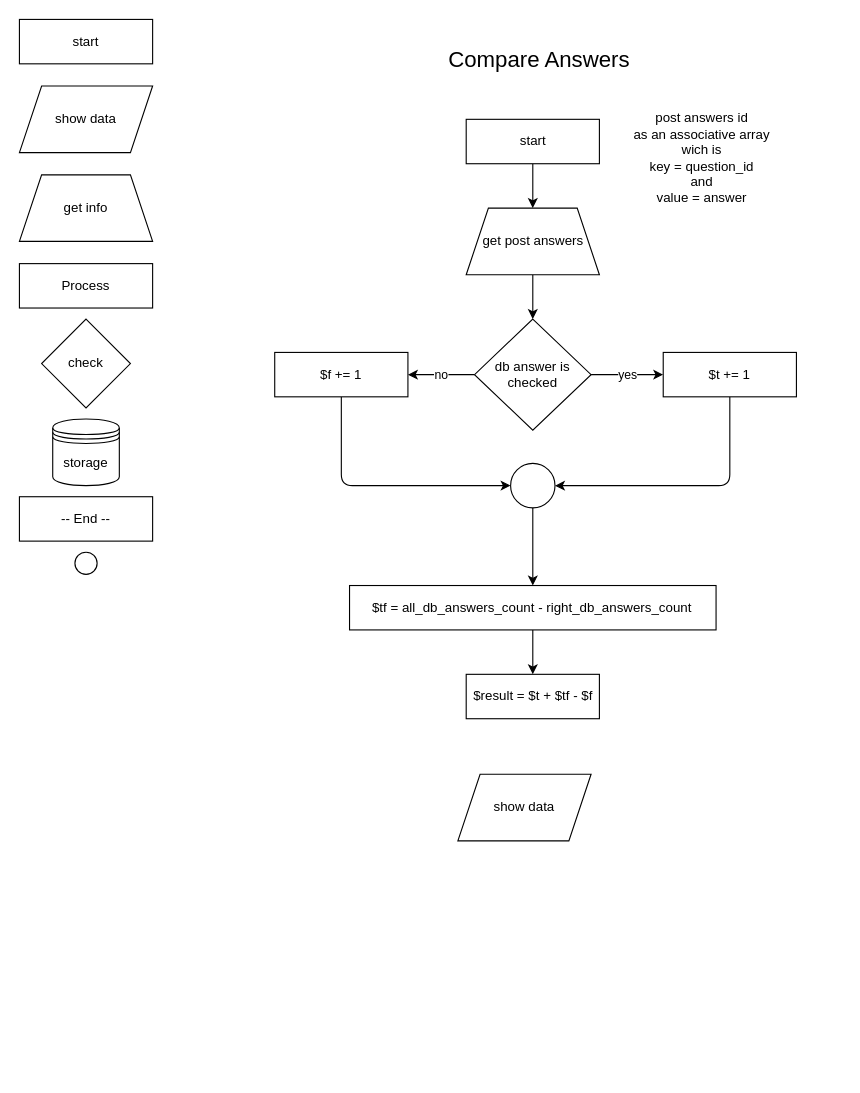
The draw.io diagram page "finish_lecture" (1 of 2) of DXN-Learning/diagrams/flowchart-2.drawio in salahWD/DXN-learning-management-system, before the edit. Source tidied: cells renumbered, new cells numbered last; positions are measured from the earlier drawing's top-left corner, leaving out a move shared by most shapes. Both pictures are drawn from the tidied source at 111%, with x=0, y=0 at pixel (19, 19).
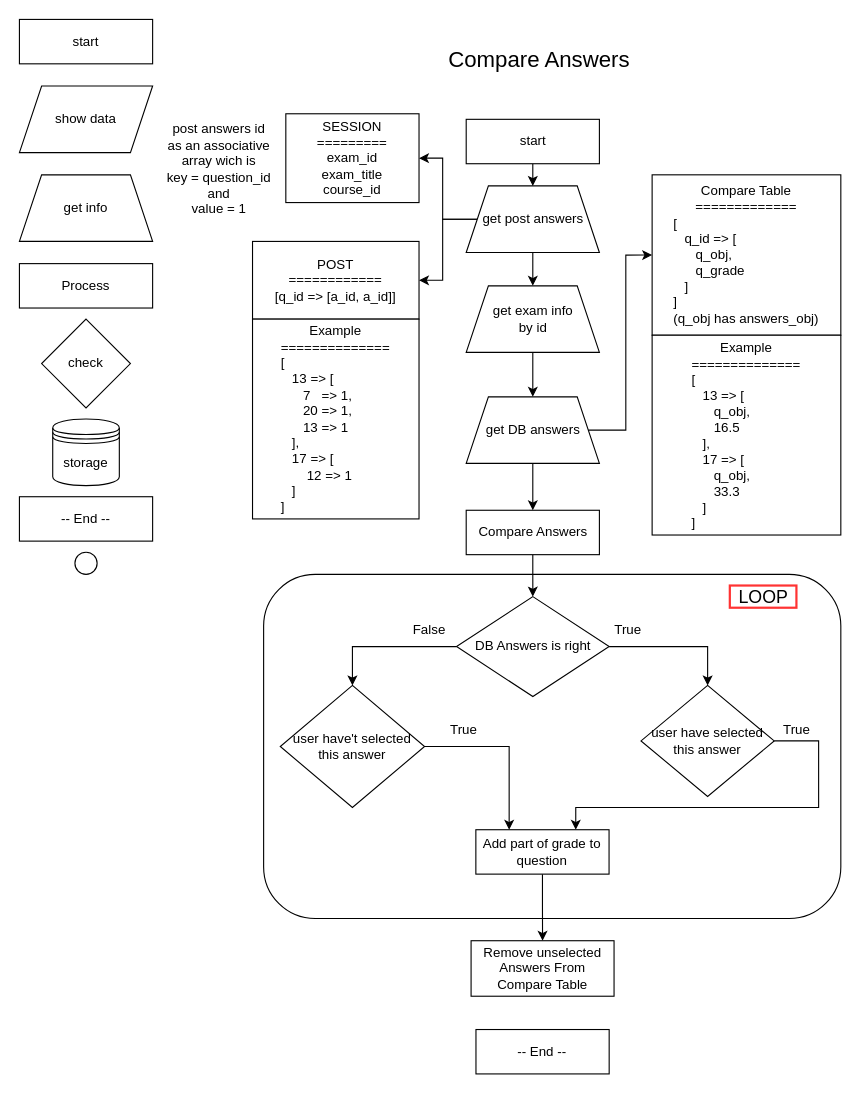
The same page after the edit.

Commit message (it also covers changes not shown here):
finish taking exam proces

Diff of the diagram source:
```diff
@@
+    <mxCell id="29" style="rounded=1;whiteSpace=wrap;html=1;sketch=0;" parent="1" vertex="1">
+      <mxGeometry x="220" y="500" width="520" height="310" as="geometry" />
+    </mxCell>
@@
-    <mxCell id="13" style="edgeStyle=orthogonalEdgeStyle;jettySize=auto;html=1;entryX=0.5;entryY=0;entryDx=0;entryDy=0;" parent="1" edge="1" source="14" target="18">
-      <mxGeometry relative="1" as="geometry" />
-    </mxCell>
+    <mxCell id="30" style="edgeStyle=orthogonalEdgeStyle;rounded=0;jettySize=auto;html=1;entryX=1;entryY=0.5;entryDx=0;entryDy=0;" parent="1" edge="1" source="14" target="33">
+      <mxGeometry relative="1" as="geometry" />
+    </mxCell>
+    <mxCell id="31" style="edgeStyle=orthogonalEdgeStyle;rounded=0;jettySize=auto;html=1;entryX=1;entryY=0.5;entryDx=0;entryDy=0;" parent="1" edge="1" source="14" target="35">
+      <mxGeometry relative="1" as="geometry" />
+    </mxCell>
+    <mxCell id="32" style="edgeStyle=orthogonalEdgeStyle;rounded=0;jettySize=auto;html=1;entryX=0.5;entryY=0;entryDx=0;entryDy=0;" parent="1" edge="1" source="14" target="46">
+      <mxGeometry relative="1" as="geometry" />
+    </mxCell>
     <mxCell id="14" value="get post answers" style="shape=trapezoid;perimeter=trapezoidPerimeter;whiteSpace=wrap;html=1;fixedSize=1;" parent="1" vertex="1">
-      <mxGeometry x="402.5" y="170" width="120" height="60" as="geometry" />
+      <mxGeometry x="402.5" y="150" width="120" height="60" as="geometry" />
     </mxCell>
-    <mxCell id="15" value="post answers id&lt;br&gt;as an associative array wich is&lt;br&gt;key = question_id&lt;br&gt;and&lt;br&gt;value = answer" style="text;html=1;strokeColor=none;fillColor=none;align=center;verticalAlign=middle;whiteSpace=wrap;" parent="1" vertex="1">
-      <mxGeometry x="550" y="80" width="130" height="90" as="geometry" />
+    <mxCell id="15" value="post answers id&lt;br&gt;as an associative array wich is&lt;br&gt;key = question_id&lt;br&gt;and&lt;br&gt;value = 1" style="text;html=1;strokeColor=none;fillColor=none;align=center;verticalAlign=middle;whiteSpace=wrap;" parent="1" vertex="1">
+      <mxGeometry x="120" y="90" width="120" height="90" as="geometry" />
     </mxCell>
-    <mxCell id="16" value="yes" style="edgeStyle=orthogonalEdgeStyle;jettySize=auto;html=1;entryX=0;entryY=0.5;entryDx=0;entryDy=0;" parent="1" edge="1" source="18" target="22">
-      <mxGeometry relative="1" as="geometry" />
-    </mxCell>
-    <mxCell id="17" value="no" style="edgeStyle=orthogonalEdgeStyle;jettySize=auto;html=1;entryX=1;entryY=0.5;entryDx=0;entryDy=0;" parent="1" edge="1" source="18" target="20">
-      <mxGeometry relative="1" as="geometry" />
-    </mxCell>
-    <mxCell id="18" value="db answer is&lt;br&gt;checked" style="rhombus;whiteSpace=wrap;html=1;" parent="1" vertex="1">
-      <mxGeometry x="410" y="270" width="105" height="100" as="geometry" />
-    </mxCell>
-    <mxCell id="19" style="edgeStyle=orthogonalEdgeStyle;jettySize=auto;html=1;exitX=0.5;exitY=1;exitDx=0;exitDy=0;entryX=0;entryY=0.5;entryDx=0;entryDy=0;" parent="1" edge="1" source="20" target="24">
-      <mxGeometry relative="1" as="geometry" />
-    </mxCell>
-    <mxCell id="20" value="$f += 1" style="whiteSpace=wrap;html=1;fontSize=12;glass=0;strokeWidth=1;shadow=0;arcSize=0;" parent="1" vertex="1">
-      <mxGeometry x="230" y="300" width="120" height="40" as="geometry" />
-    </mxCell>
-    <mxCell id="21" style="edgeStyle=orthogonalEdgeStyle;jettySize=auto;html=1;entryX=1;entryY=0.5;entryDx=0;entryDy=0;" parent="1" edge="1" source="22" target="24">
-      <mxGeometry relative="1" as="geometry">
-        <Array as="points">
-          <mxPoint x="640" y="420" />
-        </Array>
-      </mxGeometry>
-    </mxCell>
-    <mxCell id="22" value="$t += 1" style="whiteSpace=wrap;html=1;fontSize=12;glass=0;strokeWidth=1;shadow=0;arcSize=0;" parent="1" vertex="1">
-      <mxGeometry x="580" y="300" width="120" height="40" as="geometry" />
-    </mxCell>
-    <mxCell id="23" style="edgeStyle=orthogonalEdgeStyle;jettySize=auto;html=1;entryX=0.5;entryY=0;entryDx=0;entryDy=0;" parent="1" edge="1" source="24" target="26">
-      <mxGeometry relative="1" as="geometry" />
-    </mxCell>
-    <mxCell id="24" style="ellipse;whiteSpace=wrap;html=1;" parent="1" vertex="1">
-      <mxGeometry x="442.5" y="400" width="40" height="40" as="geometry" />
-    </mxCell>
-    <mxCell id="25" style="edgeStyle=orthogonalEdgeStyle;jettySize=auto;html=1;entryX=0.5;entryY=0;entryDx=0;entryDy=0;" parent="1" edge="1" source="26" target="27">
-      <mxGeometry relative="1" as="geometry" />
-    </mxCell>
-    <mxCell id="26" value="$tf = all_db_answers_count - right_db_answers_count" style="whiteSpace=wrap;html=1;fontSize=12;glass=0;strokeWidth=1;shadow=0;arcSize=0;" parent="1" vertex="1">
-      <mxGeometry x="297.4" y="510" width="330.2" height="40" as="geometry" />
-    </mxCell>
-    <mxCell id="27" value="$result = $t + $tf - $f" style="whiteSpace=wrap;html=1;fontSize=12;glass=0;strokeWidth=1;shadow=0;arcSize=0;" parent="1" vertex="1">
-      <mxGeometry x="402.5" y="590" width="120" height="40" as="geometry" />
-    </mxCell>
-    <mxCell id="28" value="show data" style="shape=parallelogram;perimeter=parallelogramPerimeter;whiteSpace=wrap;html=1;fixedSize=1;" parent="1" vertex="1">
-      <mxGeometry x="395" y="680" width="120" height="60" as="geometry" />
-    </mxCell>
+    <mxCell id="33" value="SESSION&lt;br&gt;=========&lt;br&gt;exam_id&lt;br&gt;exam_title&lt;br&gt;course_id" style="whiteSpace=wrap;html=1;fontSize=12;glass=0;strokeWidth=1;shadow=0;arcSize=0;" parent="1" vertex="1">
+      <mxGeometry x="240" y="85" width="120" height="80" as="geometry" />
+    </mxCell>
+    <mxCell id="34" style="group;" parent="1" vertex="1">
+      <mxGeometry x="210" y="200" width="150" height="250" as="geometry" />
+    </mxCell>
+    <mxCell id="35" value="POST&lt;br&gt;============&lt;br&gt;[q_id =&amp;gt; [a_id, a_id]]" style="whiteSpace=wrap;html=1;fontSize=12;glass=0;strokeWidth=1;shadow=0;arcSize=0;sketch=0;" parent="34" vertex="1">
+      <mxGeometry width="150" height="70" as="geometry" />
+    </mxCell>
+    <mxCell id="36" value="Example&lt;br&gt;==============&lt;br&gt;&lt;div style=&quot;text-align: left&quot;&gt;&lt;span&gt;[&lt;/span&gt;&lt;/div&gt;&lt;div style=&quot;text-align: left&quot;&gt;&amp;nbsp; &amp;nbsp;13 =&amp;gt; [&lt;/div&gt;&lt;div style=&quot;text-align: left&quot;&gt;&amp;nbsp; &amp;nbsp; &amp;nbsp; 7&amp;nbsp; &amp;nbsp;=&amp;gt; 1,&lt;/div&gt;&lt;div style=&quot;text-align: left&quot;&gt;&amp;nbsp; &amp;nbsp; &amp;nbsp; 20 =&amp;gt; 1,&lt;/div&gt;&lt;div style=&quot;text-align: left&quot;&gt;&amp;nbsp; &amp;nbsp; &amp;nbsp; 13 =&amp;gt; 1&lt;/div&gt;&lt;div style=&quot;text-align: left&quot;&gt;&amp;nbsp; &amp;nbsp;],&lt;br&gt;&lt;/div&gt;&lt;div style=&quot;text-align: left&quot;&gt;&amp;nbsp; &amp;nbsp;17 =&amp;gt; [&lt;/div&gt;&lt;div style=&quot;text-align: left&quot;&gt;&amp;nbsp; &amp;nbsp; &amp;nbsp; &amp;nbsp;12 =&amp;gt; 1&lt;/div&gt;&lt;div style=&quot;text-align: left&quot;&gt;&amp;nbsp; &amp;nbsp;]&lt;/div&gt;&lt;div style=&quot;text-align: left&quot;&gt;&lt;span&gt;]&lt;/span&gt;&lt;/div&gt;" style="whiteSpace=wrap;html=1;fontSize=12;glass=0;strokeWidth=1;shadow=0;arcSize=0;sketch=0;" parent="34" vertex="1">
+      <mxGeometry y="70" width="150" height="180" as="geometry" />
+    </mxCell>
+    <mxCell id="37" style="edgeStyle=orthogonalEdgeStyle;rounded=0;jettySize=auto;html=1;entryX=0;entryY=0.5;entryDx=0;entryDy=0;" parent="1" edge="1" source="39" target="43">
+      <mxGeometry relative="1" as="geometry" />
+    </mxCell>
+    <mxCell id="38" style="edgeStyle=orthogonalEdgeStyle;rounded=0;jettySize=auto;html=1;entryX=0.5;entryY=0;entryDx=0;entryDy=0;" parent="1" edge="1" source="39" target="41">
+      <mxGeometry relative="1" as="geometry" />
+    </mxCell>
+    <mxCell id="39" value="get DB answers" style="shape=trapezoid;perimeter=trapezoidPerimeter;whiteSpace=wrap;html=1;fixedSize=1;" parent="1" vertex="1">
+      <mxGeometry x="402.5" y="340" width="120" height="60" as="geometry" />
+    </mxCell>
+    <mxCell id="40" style="edgeStyle=orthogonalEdgeStyle;rounded=0;jettySize=auto;html=1;entryX=0.5;entryY=0;entryDx=0;entryDy=0;" parent="1" edge="1" source="41" target="49">
+      <mxGeometry relative="1" as="geometry" />
+    </mxCell>
+    <mxCell id="41" value="Compare Answers" style="whiteSpace=wrap;html=1;fontSize=12;glass=0;strokeWidth=1;shadow=0;arcSize=0;" parent="1" vertex="1">
+      <mxGeometry x="402.5" y="442.2" width="120" height="40" as="geometry" />
+    </mxCell>
+    <mxCell id="42" style="group;" parent="1" vertex="1">
+      <mxGeometry x="570" y="140" width="170" height="324.5" as="geometry" />
+    </mxCell>
+    <mxCell id="43" value="Compare Table&lt;br&gt;=============&lt;br&gt;&lt;div style=&quot;text-align: left&quot;&gt;&lt;span&gt;[&lt;/span&gt;&lt;/div&gt;&lt;div style=&quot;text-align: left&quot;&gt;&lt;span&gt;&amp;nbsp; &amp;nbsp;q_id =&amp;gt; [&lt;/span&gt;&lt;/div&gt;&lt;div style=&quot;text-align: left&quot;&gt;&lt;span&gt;&amp;nbsp; &amp;nbsp; &amp;nbsp; q_obj,&lt;/span&gt;&lt;/div&gt;&lt;div style=&quot;text-align: left&quot;&gt;&lt;span&gt;&amp;nbsp; &amp;nbsp; &amp;nbsp; q_grade&lt;/span&gt;&lt;/div&gt;&lt;div style=&quot;text-align: left&quot;&gt;&lt;span&gt;&amp;nbsp; &amp;nbsp;]&lt;/span&gt;&lt;/div&gt;&lt;div style=&quot;text-align: left&quot;&gt;&lt;span&gt;]&lt;/span&gt;&lt;/div&gt;&lt;div style=&quot;text-align: left&quot;&gt;&lt;span&gt;(q_obj has answers_obj)&lt;/span&gt;&lt;/div&gt;" style="whiteSpace=wrap;html=1;fontSize=12;glass=0;strokeWidth=1;shadow=0;arcSize=0;" parent="42" vertex="1">
+      <mxGeometry width="170" height="144.5" as="geometry" />
+    </mxCell>
+    <mxCell id="44" value="Example&lt;br&gt;==============&lt;br&gt;&lt;div style=&quot;text-align: left&quot;&gt;&lt;span&gt;[&lt;/span&gt;&lt;/div&gt;&lt;div style=&quot;text-align: left&quot;&gt;&amp;nbsp; &amp;nbsp;13 =&amp;gt; [&lt;/div&gt;&lt;div style=&quot;text-align: left&quot;&gt;&amp;nbsp; &amp;nbsp; &amp;nbsp; q_obj,&lt;/div&gt;&lt;div style=&quot;text-align: left&quot;&gt;&amp;nbsp; &amp;nbsp; &amp;nbsp; 16.5&lt;/div&gt;&lt;div style=&quot;text-align: left&quot;&gt;&amp;nbsp; &amp;nbsp;],&lt;br&gt;&lt;/div&gt;&lt;div style=&quot;text-align: left&quot;&gt;&amp;nbsp; &amp;nbsp;17 =&amp;gt; [&lt;/div&gt;&lt;div style=&quot;text-align: left&quot;&gt;&amp;nbsp; &amp;nbsp; &amp;nbsp; q_obj,&lt;/div&gt;&lt;div style=&quot;text-align: left&quot;&gt;&amp;nbsp; &amp;nbsp; &amp;nbsp; 33.3&lt;/div&gt;&lt;div style=&quot;text-align: left&quot;&gt;&amp;nbsp; &amp;nbsp;]&lt;/div&gt;&lt;div style=&quot;text-align: left&quot;&gt;&lt;span&gt;]&lt;/span&gt;&lt;/div&gt;" style="whiteSpace=wrap;html=1;fontSize=12;glass=0;strokeWidth=1;shadow=0;arcSize=0;sketch=0;" parent="42" vertex="1">
+      <mxGeometry y="144.5" width="170" height="180" as="geometry" />
+    </mxCell>
+    <mxCell id="45" style="edgeStyle=orthogonalEdgeStyle;rounded=0;jettySize=auto;html=1;entryX=0.5;entryY=0;entryDx=0;entryDy=0;" parent="1" edge="1" source="46" target="39">
+      <mxGeometry relative="1" as="geometry" />
+    </mxCell>
+    <mxCell id="46" value="get exam info&lt;br&gt;by id" style="shape=trapezoid;perimeter=trapezoidPerimeter;whiteSpace=wrap;html=1;fixedSize=1;" parent="1" vertex="1">
+      <mxGeometry x="402.5" y="240" width="120" height="60" as="geometry" />
+    </mxCell>
+    <mxCell id="47" style="edgeStyle=orthogonalEdgeStyle;rounded=0;jettySize=auto;html=1;entryX=0.5;entryY=0;entryDx=0;entryDy=0;" parent="1" edge="1" source="49" target="51">
+      <mxGeometry relative="1" as="geometry">
+        <Array as="points">
+          <mxPoint x="620" y="565" />
+        </Array>
+      </mxGeometry>
+    </mxCell>
+    <mxCell id="48" style="edgeStyle=orthogonalEdgeStyle;rounded=0;jettySize=auto;html=1;entryX=0.5;entryY=0;entryDx=0;entryDy=0;" parent="1" edge="1" source="49" target="53">
+      <mxGeometry relative="1" as="geometry" />
+    </mxCell>
+    <mxCell id="49" value="DB Answers is right" style="rhombus;whiteSpace=wrap;html=1;" parent="1" vertex="1">
+      <mxGeometry x="393.8" y="520" width="137.5" height="90" as="geometry" />
+    </mxCell>
+    <mxCell id="50" style="edgeStyle=orthogonalEdgeStyle;rounded=0;jettySize=auto;html=1;entryX=0.75;entryY=0;entryDx=0;entryDy=0;exitX=1;exitY=0.5;exitDx=0;exitDy=0;" parent="1" edge="1" source="51" target="57">
+      <mxGeometry relative="1" as="geometry">
+        <Array as="points">
+          <mxPoint x="720" y="650" />
+          <mxPoint x="720" y="710" />
+          <mxPoint x="501" y="710" />
+        </Array>
+      </mxGeometry>
+    </mxCell>
+    <mxCell id="51" value="user have selected this answer" style="rhombus;whiteSpace=wrap;html=1;" parent="1" vertex="1">
+      <mxGeometry x="560" y="600" width="120" height="100" as="geometry" />
+    </mxCell>
+    <mxCell id="52" style="edgeStyle=orthogonalEdgeStyle;rounded=0;jettySize=auto;html=1;entryX=0.25;entryY=0;entryDx=0;entryDy=0;" parent="1" edge="1" source="53" target="57">
+      <mxGeometry relative="1" as="geometry" />
+    </mxCell>
+    <mxCell id="53" value="user have't selected this answer" style="rhombus;whiteSpace=wrap;html=1;" parent="1" vertex="1">
+      <mxGeometry x="235" y="600" width="130" height="110" as="geometry" />
+    </mxCell>
+    <mxCell id="54" value="False" style="text;html=1;align=center;verticalAlign=middle;" parent="1" vertex="1">
+      <mxGeometry x="343.8" y="540" width="50" height="20" as="geometry" />
+    </mxCell>
+    <mxCell id="55" value="True" style="text;html=1;align=center;verticalAlign=middle;" parent="1" vertex="1">
+      <mxGeometry x="527.5" y="540" width="40" height="20" as="geometry" />
+    </mxCell>
+    <mxCell id="56" style="edgeStyle=orthogonalEdgeStyle;rounded=0;jettySize=auto;html=1;entryX=0.5;entryY=0;entryDx=0;entryDy=0;" parent="1" edge="1" source="57" target="61">
+      <mxGeometry relative="1" as="geometry" />
+    </mxCell>
+    <mxCell id="57" value="Add&amp;nbsp;part of grade to question" style="whiteSpace=wrap;html=1;fontSize=12;glass=0;strokeWidth=1;shadow=0;arcSize=0;" parent="1" vertex="1">
+      <mxGeometry x="411.2" y="730" width="120" height="40" as="geometry" />
+    </mxCell>
+    <mxCell id="58" value="True" style="text;html=1;align=center;verticalAlign=middle;" parent="1" vertex="1">
+      <mxGeometry x="380" y="630" width="40" height="20" as="geometry" />
+    </mxCell>
+    <mxCell id="59" value="True" style="text;html=1;align=center;verticalAlign=middle;" parent="1" vertex="1">
+      <mxGeometry x="680" y="630" width="40" height="20" as="geometry" />
+    </mxCell>
+    <mxCell id="60" value="&lt;font style=&quot;font-size: 16px&quot;&gt;LOOP&lt;/font&gt;" style="text;html=1;align=center;verticalAlign=middle;perimeterSpacing=0;strokeColor=#FF3333;strokeWidth=2;" parent="1" vertex="1">
+      <mxGeometry x="640" y="510" width="60" height="20" as="geometry" />
+    </mxCell>
+    <mxCell id="61" value="Remove unselected Answers From Compare Table" style="whiteSpace=wrap;html=1;fontSize=12;glass=0;strokeWidth=1;shadow=0;arcSize=0;" parent="1" vertex="1">
+      <mxGeometry x="406.9" y="830" width="128.8" height="50" as="geometry" />
+    </mxCell>
+    <mxCell id="62" value="-- End --" style="whiteSpace=wrap;html=1;fontSize=12;glass=0;strokeWidth=1;shadow=0;arcSize=50;" parent="1" vertex="1">
+      <mxGeometry x="411.3" y="910" width="120" height="40" as="geometry" />
+    </mxCell>
```
